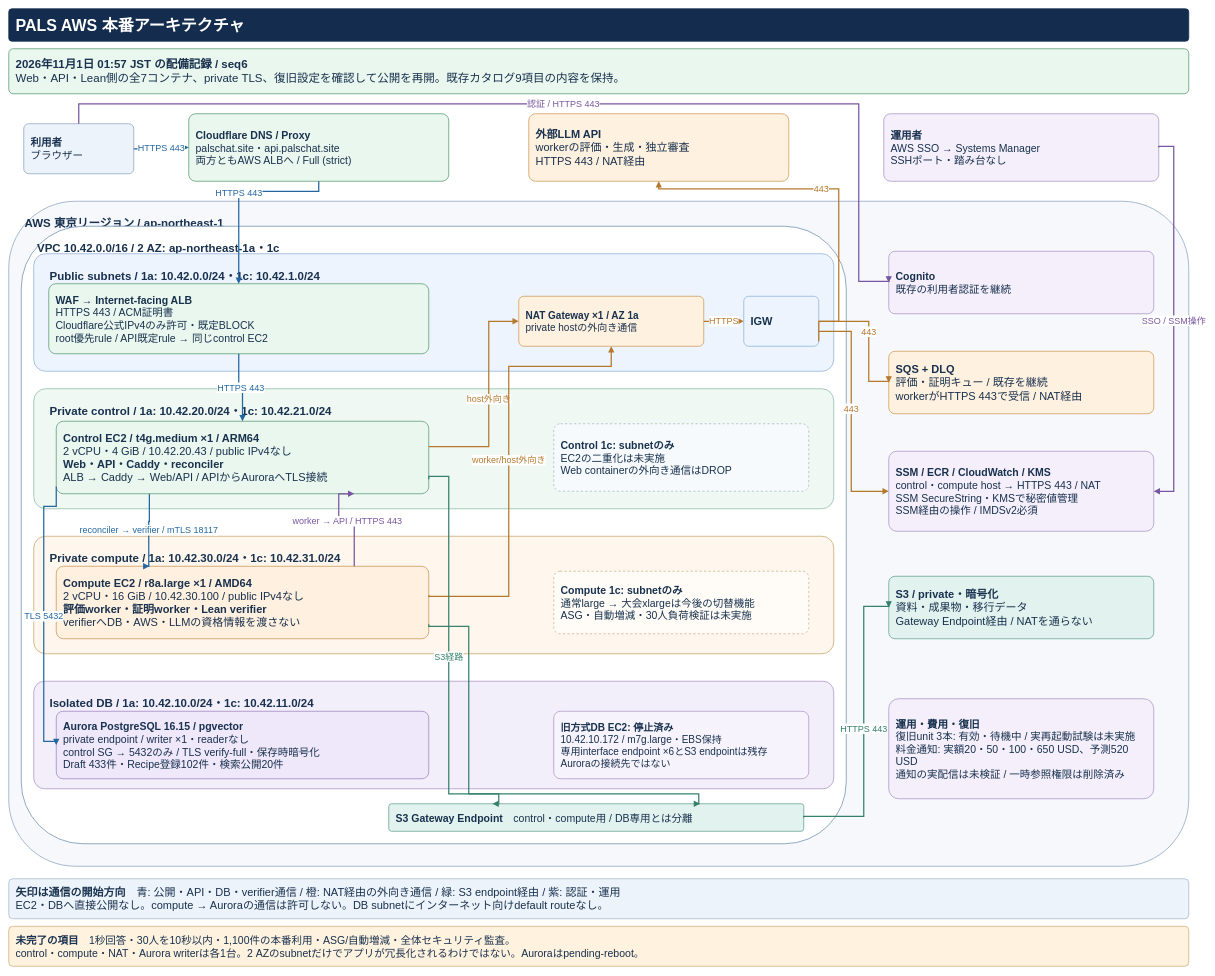
Above: docs/diagrams/pals-aws-private-target.drawio in AtsushiHosaka/pals (draw.io), before the change. Source tidied: cells renumbered, new cells numbered last; positions are measured from the earlier drawing's top-left corner, leaving out a move shared by most shapes. Both pictures are drawn from the tidied source at 50%, with x=0, y=0 at pixel (8, 8).
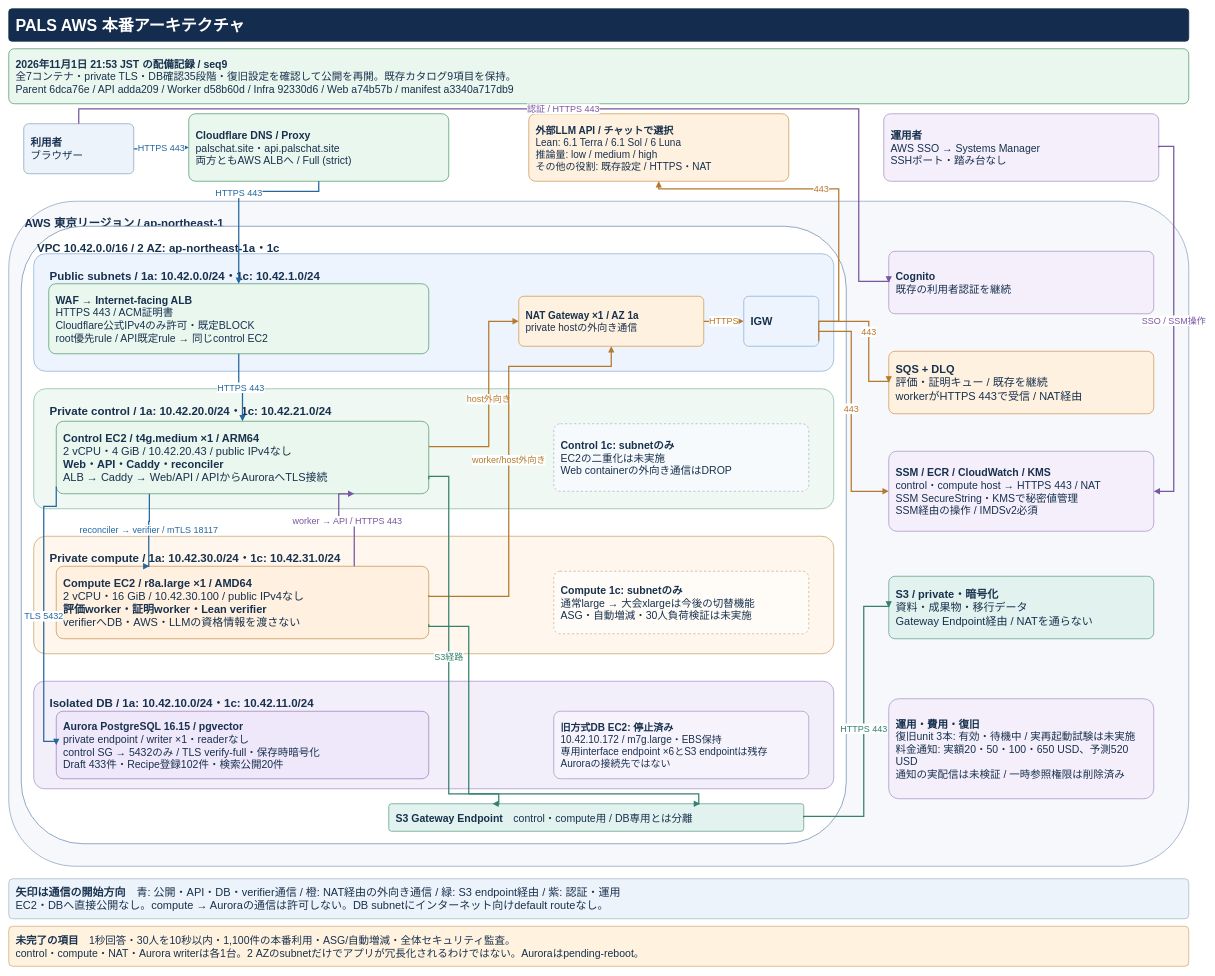
After the change.

Commit message (it also covers changes not shown here):
docs: publish deployed sequence 9 AWS architecture and proof evidence

The change refers to these unchanged cells:
```xml
<mxCell id="10" value="&lt;b&gt;利用者&lt;/b&gt;&lt;br&gt;ブラウザー" style="rounded=1;arcSize=10;whiteSpace=wrap;html=1;fillColor=#edf3fa;strokeColor=#8ca4c0;strokeWidth=1.5;fontSize=21;fontFamily=Hiragino Sans,Noto Sans JP,Arial;fontColor=#18314e;align=left;verticalAlign=middle;spacing=14;" parent="1" vertex="1">
  <mxGeometry x="30" y="230" width="220" height="100" as="geometry" />
</mxCell>
<mxCell id="12" value="&lt;b&gt;Cognito&lt;/b&gt;&lt;br&gt;既存の利用者認証を継続" style="rounded=1;arcSize=10;whiteSpace=wrap;html=1;fillColor=#f4effb;strokeColor=#aa95c4;strokeWidth=1.5;fontSize=21;fontFamily=Hiragino Sans,Noto Sans JP,Arial;fontColor=#18314e;align=left;verticalAlign=middle;spacing=14;" parent="1" vertex="1">
  <mxGeometry x="1760" y="485" width="530" height="125" as="geometry" />
</mxCell>
```

What changed in the source:
```diff
@@
-    <mxCell id="3" value="&lt;b&gt;2026年11月1日 01:57 JST の配備記録 / seq6&lt;/b&gt;&lt;br&gt;Web・API・Lean側の全7コンテナ、private TLS、復旧設定を確認して公開を再開。既存カタログ9項目の内容を保持。" style="rounded=1;arcSize=10;whiteSpace=wrap;html=1;fillColor=#eaf7ee;strokeColor=#579a72;strokeWidth=1.5;fontSize=23;fontFamily=Hiragino Sans,Noto Sans JP,Arial;fontColor=#18314e;align=left;verticalAlign=middle;spacing=14;" parent="1" vertex="1">
-      <mxGeometry y="80" width="2360" height="90" as="geometry" />
+    <mxCell id="3" value="&lt;b&gt;2026年11月1日 21:53 JST の配備記録 / seq9&lt;/b&gt;&lt;br&gt;全7コンテナ・private TLS・DB確認35段階・復旧設定を確認して公開を再開。既存カタログ9項目を保持。&lt;br&gt;Parent 6dca76e / API adda209 / Worker d58b60d / Infra 92330d6 / Web a74b57b / manifest a3340a717db9" style="rounded=1;arcSize=10;whiteSpace=wrap;html=1;fillColor=#eaf7ee;strokeColor=#579a72;strokeWidth=1.5;fontSize=21;fontFamily=Hiragino Sans,Noto Sans JP,Arial;fontColor=#18314e;align=left;verticalAlign=middle;spacing=14;" parent="1" vertex="1">
+      <mxGeometry y="80" width="2360" height="110" as="geometry" />
     </mxCell>
@@
-    <mxCell id="24" value="&lt;b&gt;外部LLM API&lt;/b&gt;&lt;br&gt;workerの評価・生成・独立審査&lt;br&gt;HTTPS 443 / NAT経由" style="rounded=1;arcSize=10;whiteSpace=wrap;html=1;fillColor=#fff1df;strokeColor=#cf9a56;strokeWidth=1.5;fontSize=22;fontFamily=Hiragino Sans,Noto Sans JP,Arial;fontColor=#18314e;align=left;verticalAlign=middle;spacing=14;" parent="1" vertex="1">
+    <mxCell id="24" value="&lt;b&gt;外部LLM API / チャットで選択&lt;/b&gt;&lt;br&gt;Lean: 6.1 Terra / 6.1 Sol / 6 Luna&lt;br&gt;推論量: low / medium / high&lt;br&gt;その他の役割: 既存設定 / HTTPS・NAT" style="rounded=1;arcSize=10;whiteSpace=wrap;html=1;fillColor=#fff1df;strokeColor=#cf9a56;strokeWidth=1.5;fontSize=20;fontFamily=Hiragino Sans,Noto Sans JP,Arial;fontColor=#18314e;align=left;verticalAlign=middle;spacing=14;" parent="1" vertex="1">
       <mxGeometry x="1040" y="210" width="520" height="135" as="geometry" />
     </mxCell>
@@
     <mxCell id="30" value="認証 / HTTPS 443" style="edgeStyle=orthogonalEdgeStyle;rounded=0;jettySize=20;html=1;endArrow=block;endFill=1;strokeWidth=2.5;strokeColor=#7956a1;fontColor=#7956a1;fontSize=18;fontFamily=Hiragino Sans,Arial;labelBackgroundColor=#ffffff;exitX=0.5;exitY=0;entryX=0;entryY=0.5;" parent="1" edge="1" source="10" target="12">
       <mxGeometry relative="1" as="geometry">
         <Array as="points">
-          <mxPoint x="140" y="190" />
-          <mxPoint x="1700" y="190" />
+          <mxPoint x="140" y="200" />
+          <mxPoint x="1700" y="200" />
           <mxPoint x="1700" y="545" />
         </Array>
       </mxGeometry>
     </mxCell>
```
